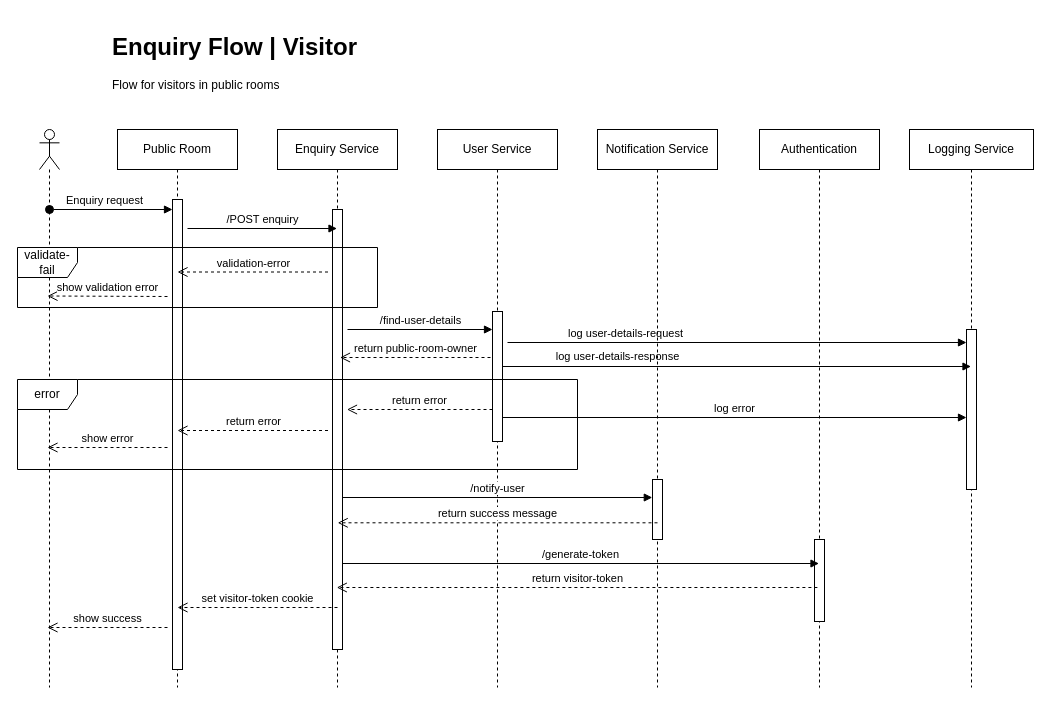
This is page "Enquiry Flow | Visitor" (3 of 6) of docs/assets/Sequence Diagram.drawio from akshayvijaynair/music-academy-docs, a draw.io file, before an edit. Source tidied: cells renumbered, new cells numbered last; positions are measured from the earlier drawing's top-left corner, leaving out a move shared by most shapes. Both pictures are drawn from the tidied source at 100%, with x=0, y=0 at pixel (17, 27).
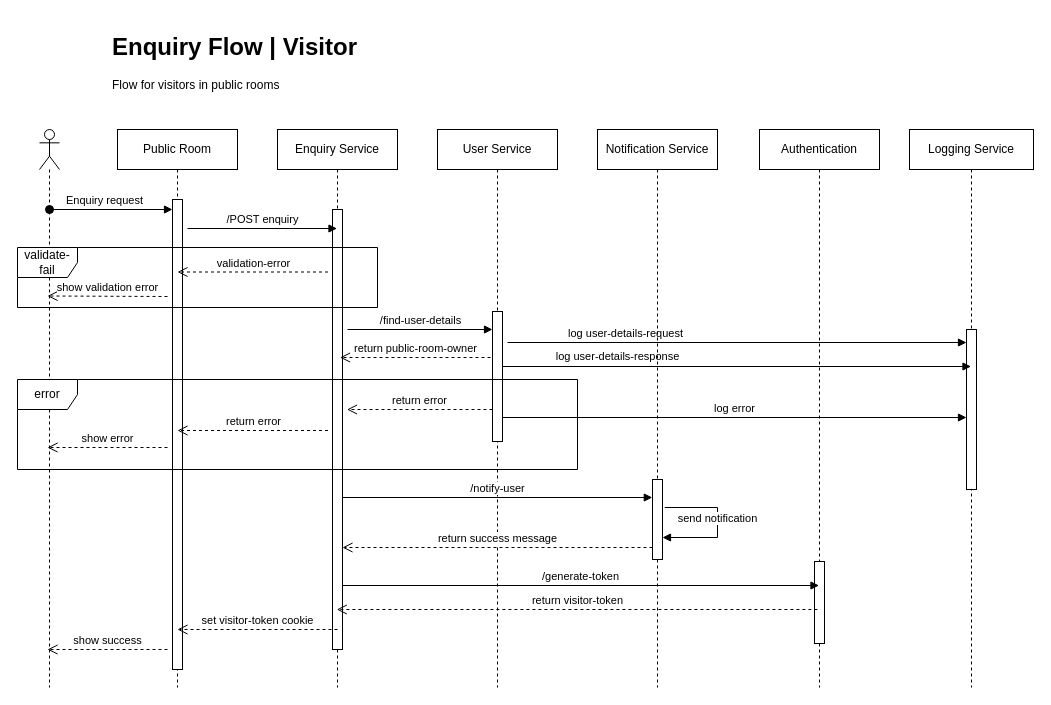
The same page after the edit.

Unchanged cells that the change refers to:
```xml
<mxCell id="26" value="Notification Service" style="shape=umlLifeline;perimeter=lifelinePerimeter;whiteSpace=wrap;html=1;newEdgeStyle={&quot;edgeStyle&quot;:&quot;elbowEdgeStyle&quot;,&quot;elbow&quot;:&quot;vertical&quot;,&quot;curved&quot;:0,&quot;rounded&quot;:0};" parent="1" vertex="1">
  <mxGeometry x="580" y="102" width="120" height="558" as="geometry" />
</mxCell>
<mxCell id="29" value="Authentication" style="shape=umlLifeline;perimeter=lifelinePerimeter;whiteSpace=wrap;html=1;newEdgeStyle={&quot;edgeStyle&quot;:&quot;elbowEdgeStyle&quot;,&quot;elbow&quot;:&quot;vertical&quot;,&quot;curved&quot;:0,&quot;rounded&quot;:0};" parent="1" vertex="1">
  <mxGeometry x="742" y="102" width="120" height="558" as="geometry" />
</mxCell>
```

Change to the diagram source:
```diff
@@
     <mxCell id="27" style="html=1;points=[];perimeter=orthogonalPerimeter;outlineConnect=0;targetShapes=umlLifeline;portConstraint=eastwest;newEdgeStyle={&quot;edgeStyle&quot;:&quot;elbowEdgeStyle&quot;,&quot;elbow&quot;:&quot;vertical&quot;,&quot;curved&quot;:0,&quot;rounded&quot;:0};" parent="26" vertex="1">
-      <mxGeometry x="55" y="350" width="10" height="60" as="geometry" />
+      <mxGeometry x="55" y="350" width="10" height="80" as="geometry" />
     </mxCell>
-    <mxCell id="28" value="return success message" style="html=1;verticalAlign=bottom;endArrow=open;dashed=1;endSize=8;curved=0;rounded=0;exitX=0.5;exitY=0.488;exitDx=0;exitDy=0;exitPerimeter=0;" parent="1" edge="1">
+    <mxCell id="28" value="return success message" style="html=1;verticalAlign=bottom;endArrow=open;dashed=1;endSize=8;curved=0;rounded=0;" parent="1" edge="1">
       <mxGeometry relative="1" as="geometry">
-        <mxPoint x="640" y="495.3" as="sourcePoint" />
-        <mxPoint x="320.2" y="495.3" as="targetPoint" />
+        <mxPoint x="635" y="520" as="sourcePoint" />
+        <mxPoint x="325" y="520" as="targetPoint" />
       </mxGeometry>
     </mxCell>
@@
     <mxCell id="30" style="html=1;perimeter=orthogonalPerimeter;targetShapes=umlLifeline;newEdgeStyle={&quot;edgeStyle&quot;:&quot;elbowEdgeStyle&quot;,&quot;elbow&quot;:&quot;vertical&quot;,&quot;curved&quot;:0,&quot;rounded&quot;:0};" parent="29" vertex="1">
-      <mxGeometry x="55" y="410" width="10" height="82" as="geometry" />
+      <mxGeometry x="55" y="432" width="10" height="82" as="geometry" />
     </mxCell>
     <mxCell id="31" value="/generate-token" style="html=1;verticalAlign=bottom;endArrow=block;curved=0;rounded=0;" parent="1" edge="1">
       <mxGeometry relative="1" as="geometry">
-        <mxPoint x="325.2" y="536" as="sourcePoint" />
-        <mxPoint x="801.5" y="536" as="targetPoint" />
+        <mxPoint x="325.2" y="558" as="sourcePoint" />
+        <mxPoint x="801.5" y="558" as="targetPoint" />
       </mxGeometry>
     </mxCell>
     <mxCell id="32" value="return visitor-token" style="html=1;verticalAlign=bottom;endArrow=open;dashed=1;endSize=8;curved=0;rounded=0;exitX=0.5;exitY=0.488;exitDx=0;exitDy=0;exitPerimeter=0;" parent="1" edge="1">
       <mxGeometry relative="1" as="geometry">
-        <mxPoint x="799.9" y="560" as="sourcePoint" />
-        <mxPoint x="319.3" y="560" as="targetPoint" />
+        <mxPoint x="799.9" y="582" as="sourcePoint" />
+        <mxPoint x="319.3" y="582" as="targetPoint" />
       </mxGeometry>
     </mxCell>
     <mxCell id="33" value="set visitor-token cookie" style="html=1;verticalAlign=bottom;endArrow=open;dashed=1;endSize=8;curved=0;rounded=0;" parent="1" edge="1">
       <mxGeometry relative="1" as="geometry">
-        <mxPoint x="320" y="580" as="sourcePoint" />
-        <mxPoint x="160" y="580" as="targetPoint" />
+        <mxPoint x="320" y="602" as="sourcePoint" />
+        <mxPoint x="160" y="602" as="targetPoint" />
       </mxGeometry>
     </mxCell>
     <mxCell id="34" value="show success" style="html=1;verticalAlign=bottom;endArrow=open;dashed=1;endSize=8;curved=0;rounded=0;" parent="1" edge="1">
       <mxGeometry relative="1" as="geometry">
-        <mxPoint x="150" y="600" as="sourcePoint" />
-        <mxPoint x="30" y="600" as="targetPoint" />
+        <mxPoint x="150" y="622" as="sourcePoint" />
+        <mxPoint x="30" y="622" as="targetPoint" />
       </mxGeometry>
     </mxCell>
@@
+    <mxCell id="37" value="send notification" style="html=1;verticalAlign=bottom;endArrow=block;curved=0;rounded=0;" parent="1" edge="1" target="27">
+      <mxGeometry x="0.06" relative="1" as="geometry">
+        <mxPoint x="647.2" y="480" as="sourcePoint" />
+        <Array as="points">
+          <mxPoint x="700" y="480" />
+          <mxPoint x="700" y="510" />
+        </Array>
+      </mxGeometry>
+    </mxCell>
```
